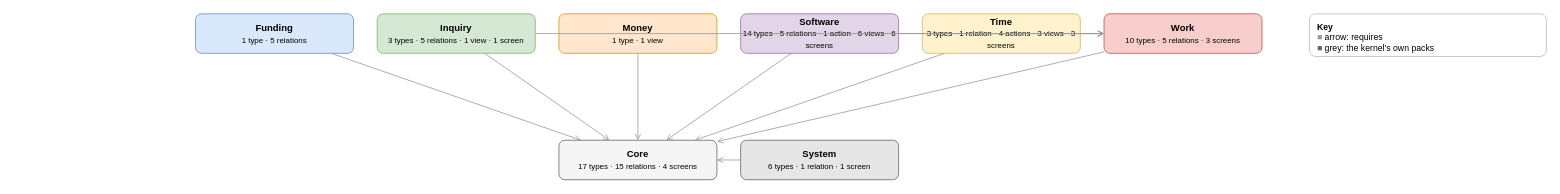
Above: page "Types: packs" (3 of 3) of docs/diagrams/types.drawio in AlexReiner98/archipelago (draw.io), before the change. Source tidied: cells renumbered, new cells numbered last; positions are measured from the earlier drawing's top-left corner, leaving out a move shared by most shapes. Both pictures are drawn from the tidied source at 79%, with x=0, y=0 at pixel (195, 13).
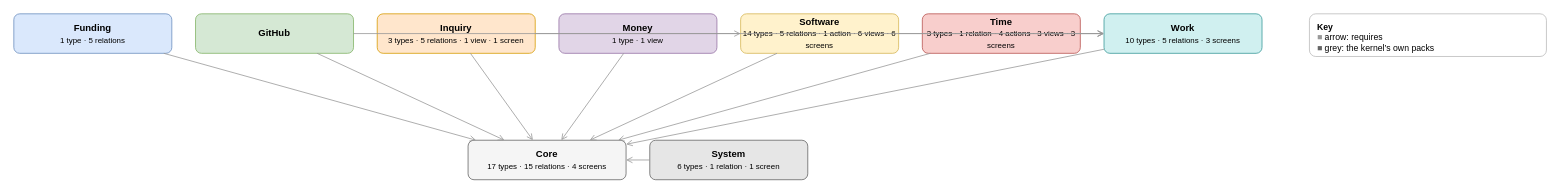
The same page after the edit.

What changed in the source:
```diff
@@
     <mxCell id="2" value="&lt;b&gt;Funding&lt;/b&gt;&lt;br&gt;&lt;font style=&quot;font-size:10px&quot;&gt;1 type · 5 relations&lt;/font&gt;" style="rounded=1;html=1;whiteSpace=wrap;fontSize=12;fillColor=#dae8fc;strokeColor=#6c8ebf;" parent="1" vertex="1">
-      <mxGeometry width="200" height="50" as="geometry" />
+      <mxGeometry x="-230" width="200" height="50" as="geometry" />
     </mxCell>
+    <mxCell id="21" value="&lt;b&gt;GitHub&lt;/b&gt;&lt;br&gt;&lt;font style=&quot;font-size:10px&quot;&gt;&lt;/font&gt;" style="rounded=1;html=1;whiteSpace=wrap;fontSize=12;fillColor=#d5e8d4;strokeColor=#82b366;" parent="1" vertex="1">
+      <mxGeometry width="200" height="50" as="geometry" />
+    </mxCell>
-    <mxCell id="3" value="&lt;b&gt;Inquiry&lt;/b&gt;&lt;br&gt;&lt;font style=&quot;font-size:10px&quot;&gt;3 types · 5 relations · 1 view · 1 screen&lt;/font&gt;" style="rounded=1;html=1;whiteSpace=wrap;fontSize=12;fillColor=#d5e8d4;strokeColor=#82b366;" parent="1" vertex="1">
+    <mxCell id="3" value="&lt;b&gt;Inquiry&lt;/b&gt;&lt;br&gt;&lt;font style=&quot;font-size:10px&quot;&gt;3 types · 5 relations · 1 view · 1 screen&lt;/font&gt;" style="rounded=1;html=1;whiteSpace=wrap;fontSize=12;fillColor=#ffe6cc;strokeColor=#d79b00;" parent="1" vertex="1">
       <mxGeometry x="230" width="200" height="50" as="geometry" />
     </mxCell>
-    <mxCell id="4" value="&lt;b&gt;Money&lt;/b&gt;&lt;br&gt;&lt;font style=&quot;font-size:10px&quot;&gt;1 type · 1 view&lt;/font&gt;" style="rounded=1;html=1;whiteSpace=wrap;fontSize=12;fillColor=#ffe6cc;strokeColor=#d79b00;" parent="1" vertex="1">
+    <mxCell id="4" value="&lt;b&gt;Money&lt;/b&gt;&lt;br&gt;&lt;font style=&quot;font-size:10px&quot;&gt;1 type · 1 view&lt;/font&gt;" style="rounded=1;html=1;whiteSpace=wrap;fontSize=12;fillColor=#e1d5e7;strokeColor=#9673a6;" parent="1" vertex="1">
       <mxGeometry x="460" width="200" height="50" as="geometry" />
     </mxCell>
-    <mxCell id="5" value="&lt;b&gt;Software&lt;/b&gt;&lt;br&gt;&lt;font style=&quot;font-size:10px&quot;&gt;14 types · 5 relations · 1 action · 6 views · 6 screens&lt;/font&gt;" style="rounded=1;html=1;whiteSpace=wrap;fontSize=12;fillColor=#e1d5e7;strokeColor=#9673a6;" parent="1" vertex="1">
+    <mxCell id="5" value="&lt;b&gt;Software&lt;/b&gt;&lt;br&gt;&lt;font style=&quot;font-size:10px&quot;&gt;14 types · 5 relations · 1 action · 6 views · 6 screens&lt;/font&gt;" style="rounded=1;html=1;whiteSpace=wrap;fontSize=12;fillColor=#fff2cc;strokeColor=#d6b656;" parent="1" vertex="1">
       <mxGeometry x="690" width="200" height="50" as="geometry" />
     </mxCell>
-    <mxCell id="6" value="&lt;b&gt;Time&lt;/b&gt;&lt;br&gt;&lt;font style=&quot;font-size:10px&quot;&gt;3 types · 1 relation · 4 actions · 3 views · 3 screens&lt;/font&gt;" style="rounded=1;html=1;whiteSpace=wrap;fontSize=12;fillColor=#fff2cc;strokeColor=#d6b656;" parent="1" vertex="1">
+    <mxCell id="6" value="&lt;b&gt;Time&lt;/b&gt;&lt;br&gt;&lt;font style=&quot;font-size:10px&quot;&gt;3 types · 1 relation · 4 actions · 3 views · 3 screens&lt;/font&gt;" style="rounded=1;html=1;whiteSpace=wrap;fontSize=12;fillColor=#f8cecc;strokeColor=#b85450;" parent="1" vertex="1">
       <mxGeometry x="920" width="200" height="50" as="geometry" />
     </mxCell>
-    <mxCell id="7" value="&lt;b&gt;Work&lt;/b&gt;&lt;br&gt;&lt;font style=&quot;font-size:10px&quot;&gt;10 types · 5 relations · 3 screens&lt;/font&gt;" style="rounded=1;html=1;whiteSpace=wrap;fontSize=12;fillColor=#f8cecc;strokeColor=#b85450;" parent="1" vertex="1">
+    <mxCell id="7" value="&lt;b&gt;Work&lt;/b&gt;&lt;br&gt;&lt;font style=&quot;font-size:10px&quot;&gt;10 types · 5 relations · 3 screens&lt;/font&gt;" style="rounded=1;html=1;whiteSpace=wrap;fontSize=12;fillColor=#d0f0f0;strokeColor=#3a9a9a;" parent="1" vertex="1">
       <mxGeometry x="1150" width="200" height="50" as="geometry" />
     </mxCell>
     <mxCell id="8" value="&lt;b&gt;Core&lt;/b&gt;&lt;br&gt;&lt;font style=&quot;font-size:10px&quot;&gt;17 types · 15 relations · 4 screens&lt;/font&gt;" style="rounded=1;html=1;whiteSpace=wrap;fontSize=12;fillColor=#f5f5f5;strokeColor=#666666;" parent="1" vertex="1">
-      <mxGeometry x="460" y="160" width="200" height="50" as="geometry" />
+      <mxGeometry x="345" y="160" width="200" height="50" as="geometry" />
     </mxCell>
     <mxCell id="9" value="&lt;b&gt;System&lt;/b&gt;&lt;br&gt;&lt;font style=&quot;font-size:10px&quot;&gt;6 types · 1 relation · 1 screen&lt;/font&gt;" style="rounded=1;html=1;whiteSpace=wrap;fontSize=12;fillColor=#e6e6e6;strokeColor=#666666;" parent="1" vertex="1">
-      <mxGeometry x="690" y="160" width="200" height="50" as="geometry" />
+      <mxGeometry x="575" y="160" width="200" height="50" as="geometry" />
     </mxCell>
@@
+    <mxCell id="22" style="endArrow=open;html=1;strokeColor=#999999;curved=0;" parent="1" edge="1" source="21" target="8">
+      <mxGeometry relative="1" as="geometry" />
+    </mxCell>
+    <mxCell id="23" style="endArrow=open;html=1;strokeColor=#999999;curved=0;" parent="1" edge="1" source="21" target="5">
+      <mxGeometry relative="1" as="geometry" />
+    </mxCell>
```
